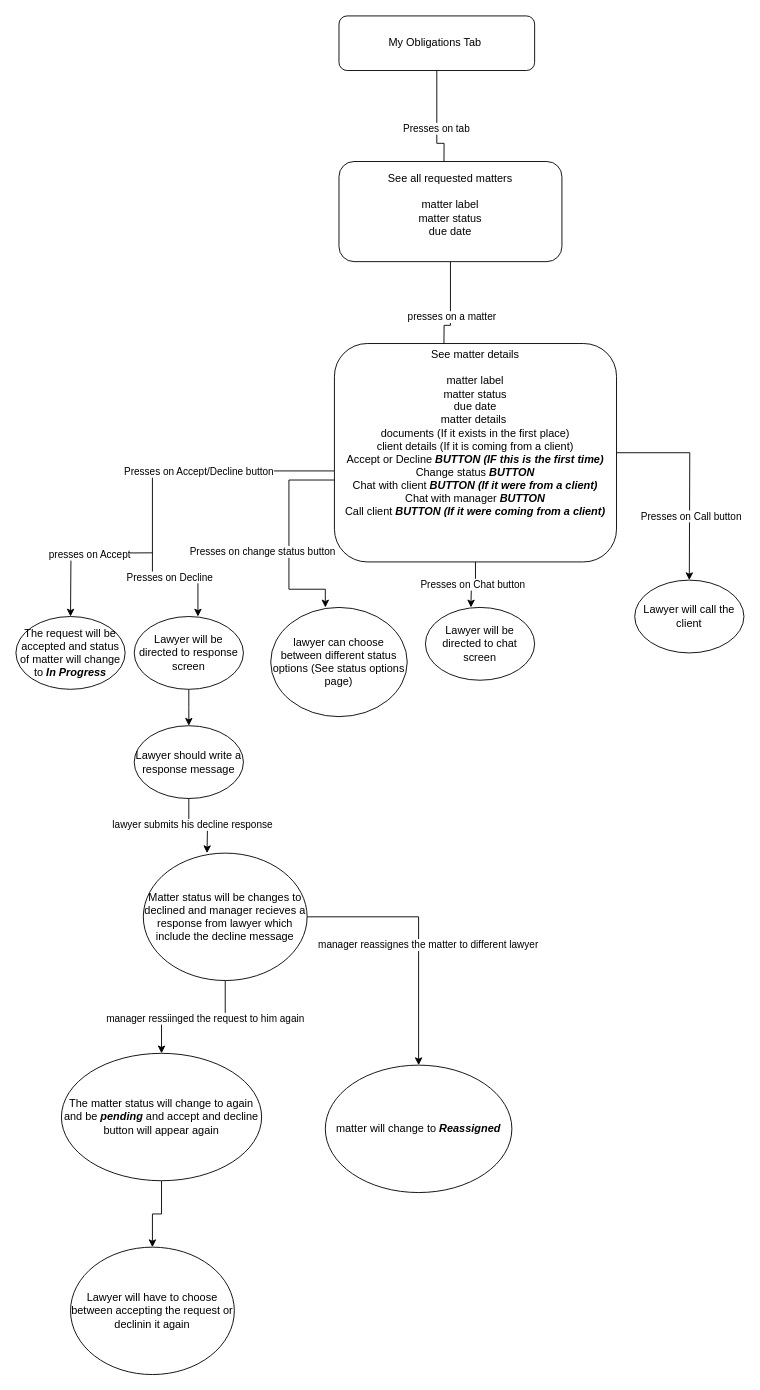
The draw.io diagram page "MyObligationsTab" (3 of 10) of LawyerApp.drawio in tariq7299/LawyerPrep, before the edit. Source tidied: cells renumbered, new cells numbered last; positions are measured from the earlier drawing's top-left corner, leaving out a move shared by most shapes. Both pictures are drawn from the tidied source at 91%, with x=0, y=0 at pixel (15, 15).
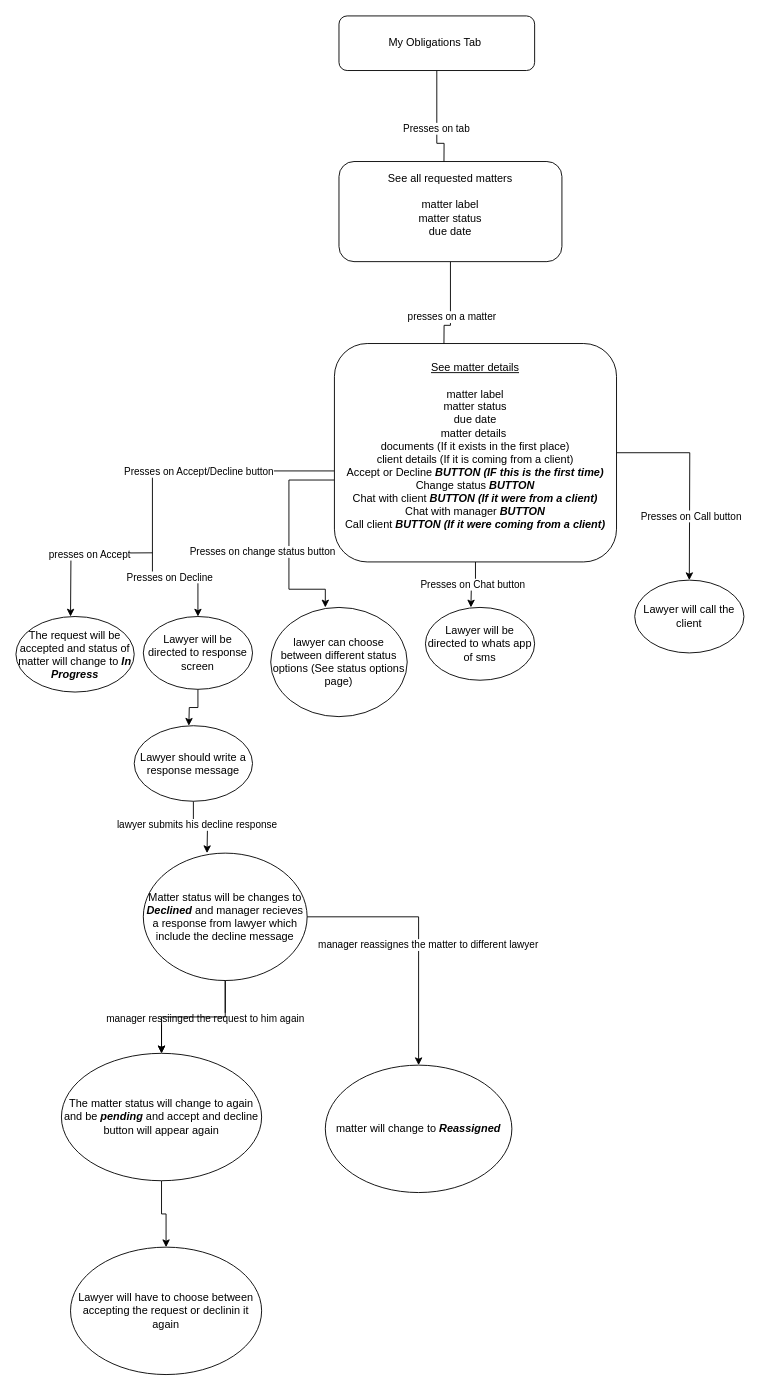
The same page after the edit.

Unchanged cells that the change refers to:
```xml
<mxCell id="35" value="The matter status will change to again and be &lt;b&gt;&lt;i&gt;pending &lt;/i&gt;&lt;/b&gt;and accept and decline button will appear again" style="ellipse;whiteSpace=wrap;html=1;" parent="1" vertex="1">
  <mxGeometry x="50" y="1140" width="220" height="140" as="geometry" />
</mxCell>
```

Diff of the diagram source:
```diff
@@
-    <mxCell id="17" value="See matter details&lt;div&gt;&lt;br&gt;&lt;/div&gt;&lt;div&gt;matter label&lt;/div&gt;&lt;div&gt;matter status&lt;/div&gt;&lt;div&gt;due date&lt;/div&gt;&lt;div&gt;matter details&amp;nbsp;&lt;/div&gt;&lt;div&gt;documents (If it exists in the first place)&lt;/div&gt;&lt;div&gt;client details (If it is coming from a client)&lt;/div&gt;&lt;div&gt;Accept or Decline &lt;b&gt;&lt;i&gt;BUTTON (IF this is the first time)&lt;/i&gt;&lt;/b&gt;&lt;br&gt;Change status &lt;b style=&quot;&quot;&gt;&lt;i style=&quot;&quot;&gt;BUTTON&lt;br&gt;&lt;/i&gt;&lt;/b&gt;Chat with client&amp;nbsp;&lt;b&gt;&lt;i&gt;BUTTON (If it were from a client)&lt;/i&gt;&lt;/b&gt;&lt;/div&gt;&lt;div&gt;Chat with manager &lt;b style=&quot;font-style: italic;&quot;&gt;BUTTON&lt;/b&gt;&lt;br&gt;Call client&amp;nbsp;&lt;i style=&quot;&quot;&gt;&lt;b style=&quot;&quot;&gt;BUTTON (If it were coming from a client)&lt;/b&gt;&lt;/i&gt;&lt;/div&gt;&lt;div&gt;&lt;br&gt;&lt;br&gt;&lt;/div&gt;&lt;div&gt;&lt;br&gt;&lt;/div&gt;" style="rounded=1;whiteSpace=wrap;html=1;" parent="1" vertex="1">
+    <mxCell id="17" value="&lt;u&gt;See matter details&lt;/u&gt;&lt;div&gt;&lt;br&gt;&lt;/div&gt;&lt;div&gt;matter label&lt;/div&gt;&lt;div&gt;matter status&lt;/div&gt;&lt;div&gt;due date&lt;/div&gt;&lt;div&gt;matter details&amp;nbsp;&lt;/div&gt;&lt;div&gt;documents (If it exists in the first place)&lt;/div&gt;&lt;div&gt;client details (If it is coming from a client)&lt;/div&gt;&lt;div&gt;Accept or Decline &lt;b&gt;&lt;i&gt;BUTTON (IF this is the first time)&lt;/i&gt;&lt;/b&gt;&lt;br&gt;Change status &lt;b style=&quot;&quot;&gt;&lt;i style=&quot;&quot;&gt;BUTTON&lt;br&gt;&lt;/i&gt;&lt;/b&gt;Chat with client&amp;nbsp;&lt;b&gt;&lt;i&gt;BUTTON (If it were from a client)&lt;/i&gt;&lt;/b&gt;&lt;/div&gt;&lt;div&gt;Chat with manager &lt;b style=&quot;font-style: italic;&quot;&gt;BUTTON&lt;/b&gt;&lt;br&gt;Call client&amp;nbsp;&lt;i style=&quot;&quot;&gt;&lt;b style=&quot;&quot;&gt;BUTTON (If it were coming from a client)&lt;/b&gt;&lt;/i&gt;&lt;/div&gt;&lt;div&gt;&lt;br&gt;&lt;/div&gt;" style="rounded=1;whiteSpace=wrap;html=1;" parent="1" vertex="1">
       <mxGeometry x="350" y="360" width="310" height="240" as="geometry" />
     </mxCell>
@@
     <mxCell id="20" value="The request will be accepted and status of matter will change to &lt;i&gt;&lt;b&gt;In Progress&lt;/b&gt;&lt;/i&gt;" style="ellipse;whiteSpace=wrap;html=1;" parent="1" vertex="1">
-      <mxGeometry y="660" width="120" height="80" as="geometry" />
+      <mxGeometry y="660" width="130" height="83" as="geometry" />
     </mxCell>
@@
-    <mxCell id="22" value="Lawyer will be directed to chat screen" style="ellipse;whiteSpace=wrap;html=1;" parent="1" vertex="1">
+    <mxCell id="22" value="Lawyer will be directed to whats app of sms" style="ellipse;whiteSpace=wrap;html=1;" parent="1" vertex="1">
       <mxGeometry x="450" y="650" width="120" height="80" as="geometry" />
     </mxCell>
@@
     <mxCell id="25" value="Lawyer will be directed to response screen" style="ellipse;whiteSpace=wrap;html=1;" parent="1" vertex="1">
-      <mxGeometry x="130" y="660" width="120" height="80" as="geometry" />
+      <mxGeometry x="140" y="660" width="120" height="80" as="geometry" />
     </mxCell>
@@
     <mxCell id="28" value="Lawyer should write a response message" style="ellipse;whiteSpace=wrap;html=1;" parent="1" vertex="1">
-      <mxGeometry x="130" y="780" width="120" height="80" as="geometry" />
+      <mxGeometry x="130" y="780" width="130" height="83" as="geometry" />
     </mxCell>
@@
+    <mxCell id="38" style="edgeStyle=orthogonalEdgeStyle;rounded=0;jettySize=auto;html=1;" parent="1" edge="1" source="33" target="35">
+      <mxGeometry relative="1" as="geometry" />
+    </mxCell>
-    <mxCell id="33" value="Matter status will be changes to declined and manager recieves a response from lawyer which include the decline message" style="ellipse;whiteSpace=wrap;html=1;" parent="1" vertex="1">
+    <mxCell id="33" value="Matter status will be changes to &lt;i&gt;&lt;b&gt;D&lt;/b&gt;&lt;/i&gt;&lt;i style=&quot;&quot;&gt;&lt;b&gt;eclined&lt;/b&gt;&lt;/i&gt; and manager recieves a response from lawyer which include the decline message" style="ellipse;whiteSpace=wrap;html=1;" parent="1" vertex="1">
       <mxGeometry x="140" y="920" width="180" height="140" as="geometry" />
     </mxCell>
@@
     <mxCell id="37" value="Lawyer will have to choose between accepting the request or declinin it again" style="ellipse;whiteSpace=wrap;html=1;" parent="1" vertex="1">
-      <mxGeometry x="60" y="1353" width="180" height="140" as="geometry" />
+      <mxGeometry x="60" y="1353" width="210" height="140" as="geometry" />
     </mxCell>
```
